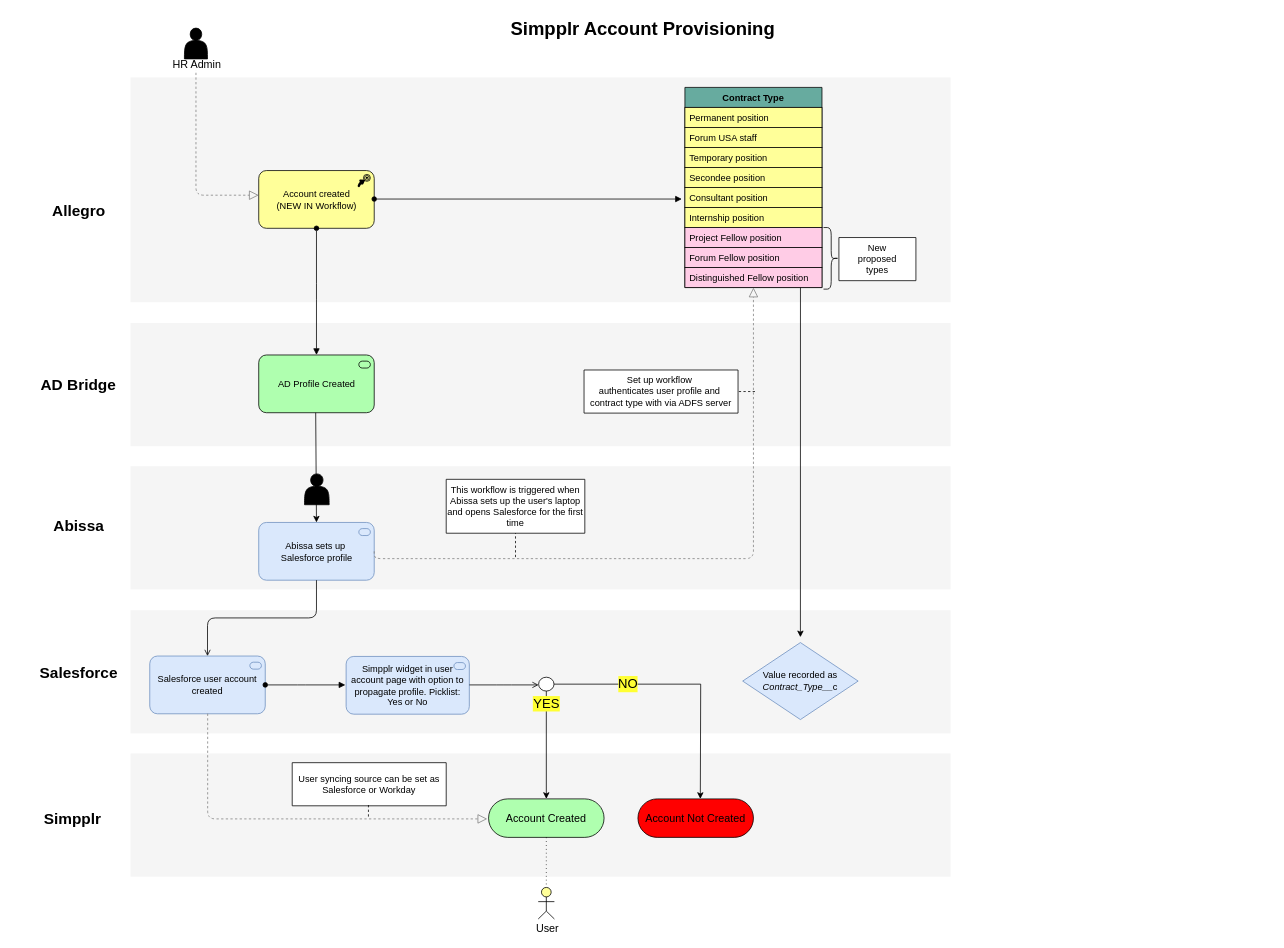
Above: SimpplrAccountProvisioning.drawio in merid-berhe/draw.io (draw.io), before the change. Source tidied: cells renumbered, new cells numbered last; positions are measured from the earlier drawing's top-left corner, leaving out a move shared by most shapes. Both pictures are drawn from the tidied source at 77%, with x=0, y=0 at pixel (13, 13).
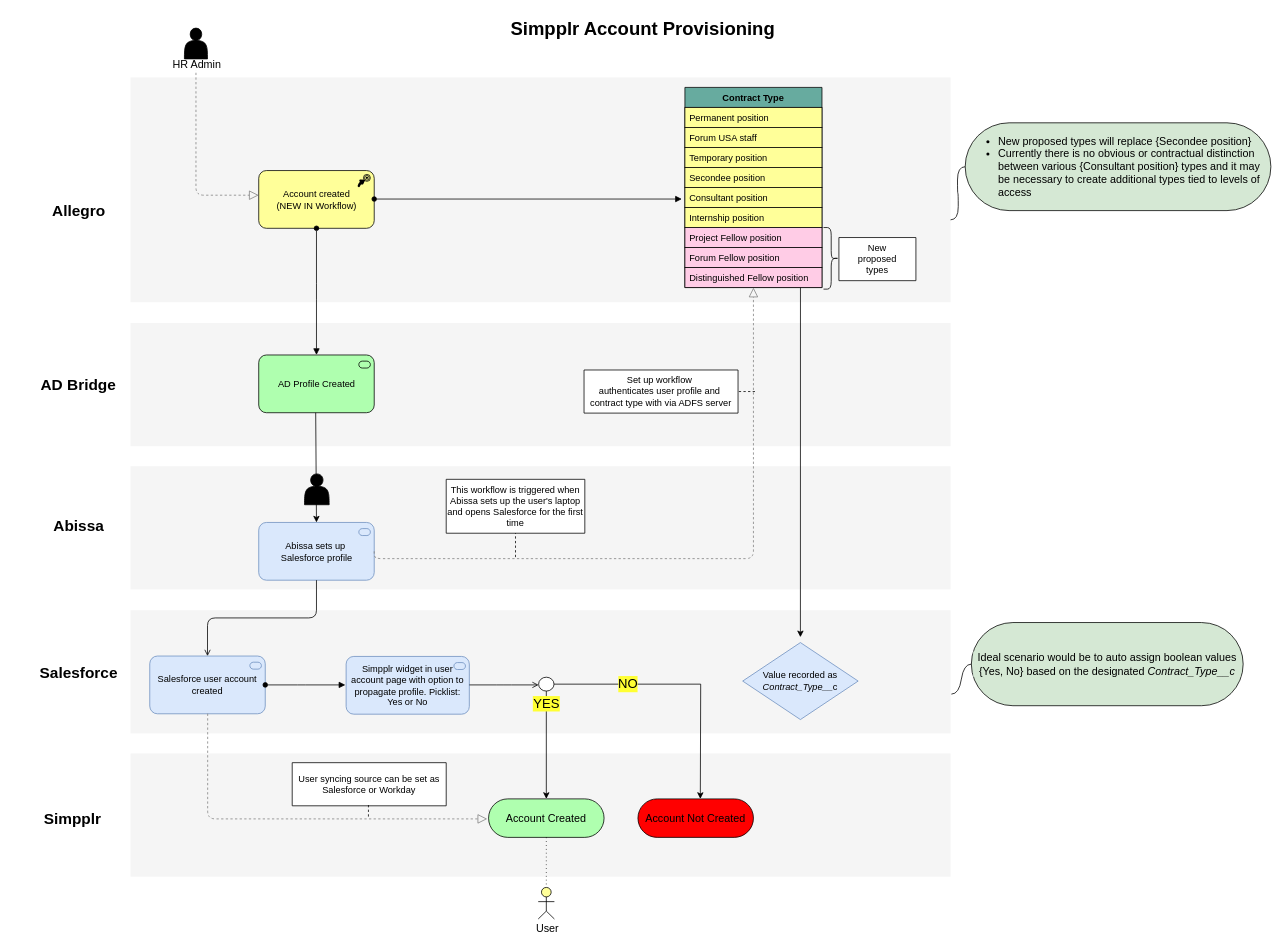
After the change.

Unchanged cells that the change refers to:
```xml
<mxCell id="5" style="whiteSpace=wrap;html=1;strokeColor=none;strokeWidth=1;fillColor=#f5f5f5;fontSize=14;" parent="1" vertex="1">
  <mxGeometry x="152" y="775" width="1065" height="160" as="geometry" />
</mxCell>
```

What changed in the source:
```diff
@@
+    <mxCell id="59" value="Ideal scenario would be to auto assign boolean values {Yes, No} based on the designated &lt;i&gt;Contract_Type__c&lt;/i&gt;" style="whiteSpace=wrap;html=1;rounded=1;arcSize=50;align=center;verticalAlign=middle;strokeWidth=1;spacing=4;labelBackgroundColor=#D5E8D4;fillColor=#D5E8D4;fontSize=14;" parent="1" vertex="1">
+      <mxGeometry x="1244" y="791" width="353" height="108" as="geometry" />
+    </mxCell>
+    <mxCell id="60" style="edgeStyle=entityRelationEdgeStyle;startArrow=none;endArrow=none;segment=10;curved=1;fontSize=14;exitX=1.001;exitY=0.681;exitDx=0;exitDy=0;exitPerimeter=0;" parent="1" edge="1" source="5" target="59">
+      <mxGeometry relative="1" as="geometry" />
+    </mxCell>
+    <mxCell id="61" value="&lt;ul style=&quot;text-align: left&quot;&gt;&lt;li&gt;New proposed types will replace {Secondee position}&lt;/li&gt;&lt;li&gt;Currently there is no obvious or contractual distinction between various {Consultant position} types and it may be necessary to create additional types tied to levels of access&lt;/li&gt;&lt;/ul&gt;" style="whiteSpace=wrap;html=1;rounded=1;arcSize=50;align=center;verticalAlign=middle;strokeWidth=1;spacing=4;labelBackgroundColor=#;fillColor=#D5E8D4;fontSize=14;labelBorderColor=#;" parent="1" vertex="1">
+      <mxGeometry x="1236" y="142" width="397" height="114" as="geometry" />
+    </mxCell>
+    <mxCell id="62" style="edgeStyle=entityRelationEdgeStyle;startArrow=none;endArrow=none;segment=10;curved=1;fontSize=14;" parent="1" edge="1" target="61">
+      <mxGeometry relative="1" as="geometry">
+        <mxPoint x="1217" y="268" as="sourcePoint" />
+      </mxGeometry>
+    </mxCell>
```
